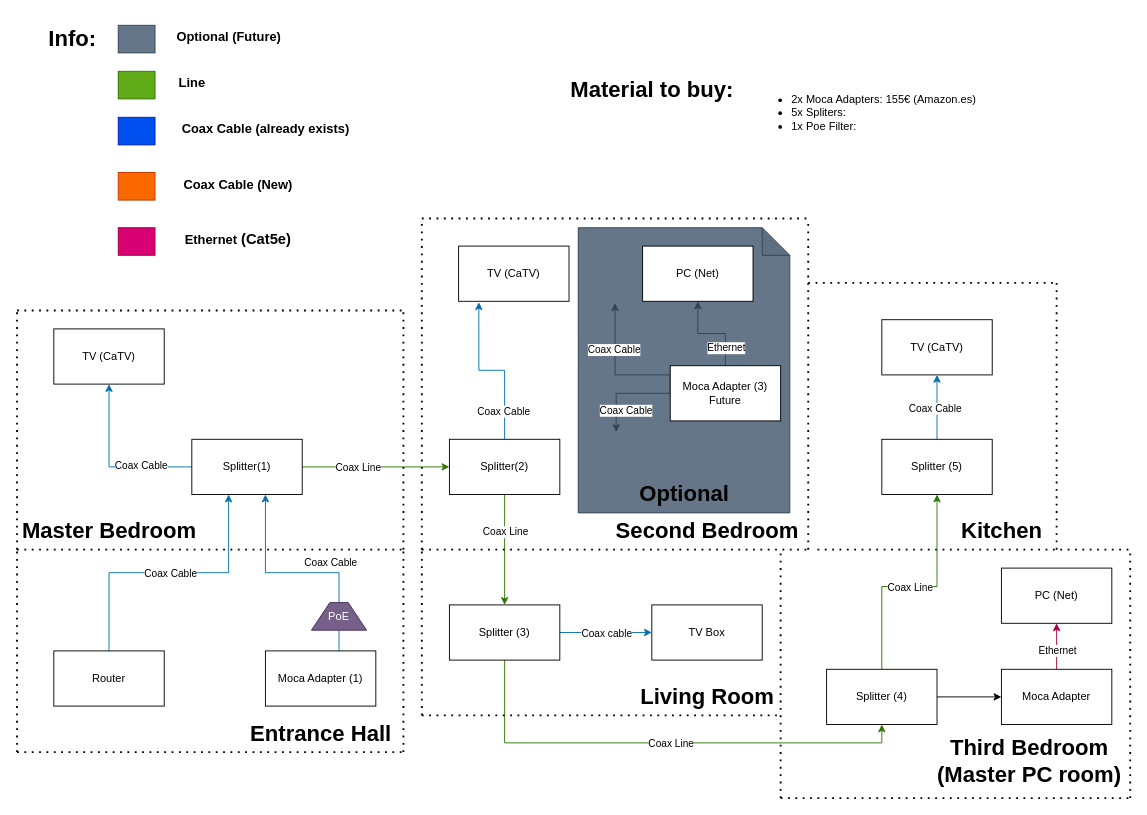
Above: Coax Ethernet Network.drawio in VoidTallica/HouseProjects (draw.io), before the change. Source tidied: cells renumbered, new cells numbered last; positions are measured from the earlier drawing's top-left corner, leaving out a move shared by most shapes. Both pictures are drawn from the tidied source at 92%, with x=0, y=0 at pixel (17, 16).
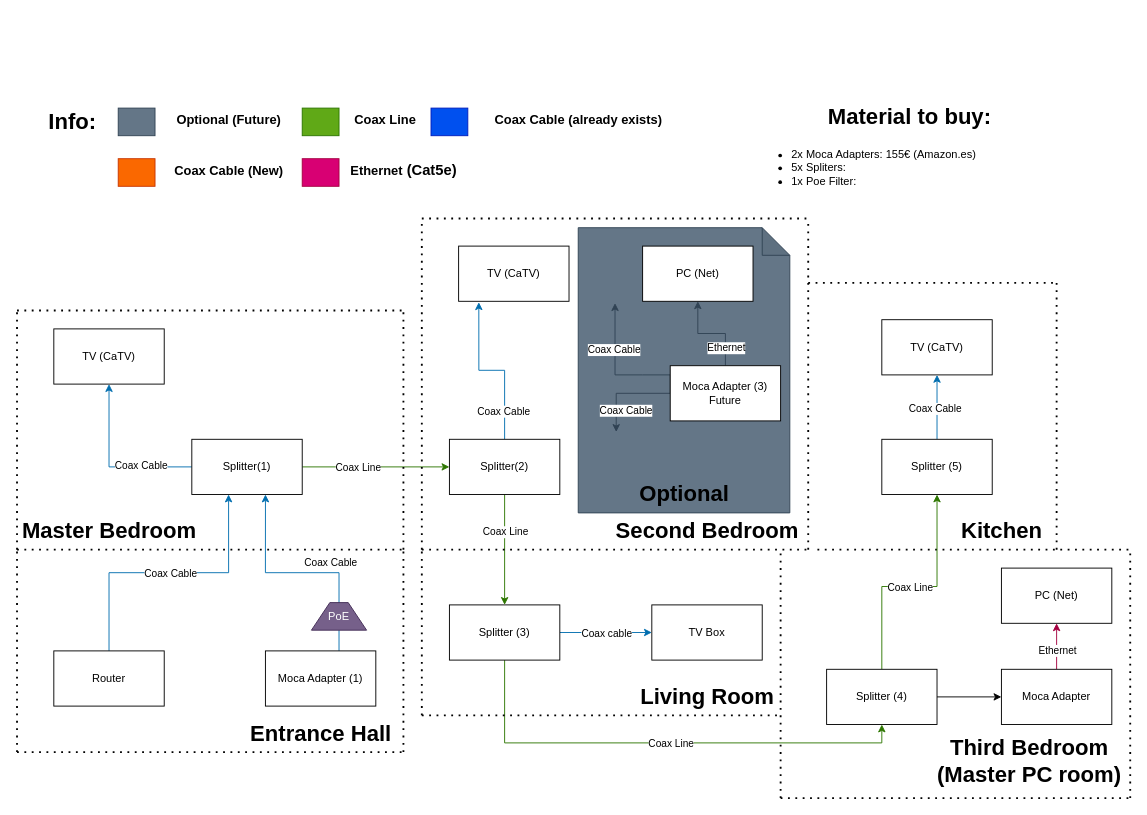
After the change.

Diff of the diagram source:
```diff
@@
     <mxCell id="69" style="rounded=0;whiteSpace=wrap;html=1;fillColor=#647687;fontColor=#ffffff;strokeColor=#314354;" parent="1" vertex="1">
-      <mxGeometry x="110" y="10" width="40" height="30" as="geometry" />
+      <mxGeometry x="110" y="100" width="40" height="30" as="geometry" />
     </mxCell>
     <mxCell id="70" value="Info:" style="text;strokeColor=none;fillColor=none;html=1;fontSize=24;fontStyle=1;verticalAlign=middle;align=center;" parent="1" vertex="1">
-      <mxGeometry x="10" y="5" width="100" height="40" as="geometry" />
+      <mxGeometry x="10" y="95" width="100" height="40" as="geometry" />
     </mxCell>
     <mxCell id="71" value="&lt;font style=&quot;font-size: 14px;&quot;&gt;Optional (Future)&lt;/font&gt;" style="text;strokeColor=none;fillColor=none;html=1;fontSize=24;fontStyle=1;verticalAlign=middle;align=center;" parent="1" vertex="1">
-      <mxGeometry x="180" width="100" height="40" as="geometry" />
+      <mxGeometry x="180" y="90" width="100" height="40" as="geometry" />
     </mxCell>
     <mxCell id="72" style="rounded=0;whiteSpace=wrap;html=1;fillColor=#60a917;fontColor=#ffffff;strokeColor=#2D7600;" parent="1" vertex="1">
-      <mxGeometry x="110" y="60" width="40" height="30" as="geometry" />
+      <mxGeometry x="310" y="100" width="40" height="30" as="geometry" />
     </mxCell>
     <mxCell id="73" style="rounded=0;whiteSpace=wrap;html=1;fillColor=#0050ef;fontColor=#ffffff;strokeColor=#001DBC;" parent="1" vertex="1">
-      <mxGeometry x="110" y="110" width="40" height="30" as="geometry" />
+      <mxGeometry x="450" y="100" width="40" height="30" as="geometry" />
     </mxCell>
-    <mxCell id="74" value="&lt;font style=&quot;font-size: 14px;&quot;&gt;Line&lt;/font&gt;" style="text;strokeColor=none;fillColor=none;html=1;fontSize=24;fontStyle=1;verticalAlign=middle;align=center;" parent="1" vertex="1">
-      <mxGeometry x="140" y="50" width="100" height="40" as="geometry" />
+    <mxCell id="74" value="&lt;font style=&quot;font-size: 14px;&quot;&gt;Coax &lt;font&gt;Line&lt;/font&gt;&lt;/font&gt;" style="text;strokeColor=none;fillColor=none;html=1;fontSize=24;fontStyle=1;verticalAlign=middle;align=center;" parent="1" vertex="1">
+      <mxGeometry x="350" y="90" width="100" height="40" as="geometry" />
     </mxCell>
     <mxCell id="75" value="&lt;font style=&quot;font-size: 14px;&quot;&gt;Coax Cable (already exists)&lt;br&gt;&lt;/font&gt;" style="text;strokeColor=none;fillColor=none;html=1;fontSize=24;fontStyle=1;verticalAlign=middle;align=center;" parent="1" vertex="1">
-      <mxGeometry x="220" y="100" width="100" height="40" as="geometry" />
+      <mxGeometry x="560" y="90" width="100" height="40" as="geometry" />
     </mxCell>
     <mxCell id="76" style="rounded=0;whiteSpace=wrap;html=1;fillColor=#d80073;fontColor=#ffffff;strokeColor=#A50040;" parent="1" vertex="1">
-      <mxGeometry x="110" y="230" width="40" height="30" as="geometry" />
+      <mxGeometry x="310" y="155" width="40" height="30" as="geometry" />
     </mxCell>
     <mxCell id="77" value="&lt;div&gt;&lt;font style=&quot;font-size: 14px;&quot;&gt;Ethernet&lt;font size=&quot;3&quot;&gt; (Cat5e)&lt;br&gt;&lt;/font&gt;&lt;/font&gt;&lt;/div&gt;" style="text;strokeColor=none;fillColor=none;html=1;fontSize=24;fontStyle=1;verticalAlign=middle;align=center;" parent="1" vertex="1">
-      <mxGeometry x="190" y="220" width="100" height="40" as="geometry" />
+      <mxGeometry x="370" y="145" width="100" height="40" as="geometry" />
     </mxCell>
@@
     <mxCell id="81" value="Material to buy:" style="text;strokeColor=none;fillColor=none;html=1;fontSize=24;fontStyle=1;verticalAlign=middle;align=center;" parent="1" vertex="1">
-      <mxGeometry x="640" y="60" width="100" height="40" as="geometry" />
+      <mxGeometry x="920" y="90" width="100" height="40" as="geometry" />
     </mxCell>
     <mxCell id="82" value="&lt;ul&gt;&lt;li&gt;2x Moca Adapters: 155€ (Amazon.es)&lt;br&gt;&lt;/li&gt;&lt;li&gt;5x Spliters: &lt;br&gt;&lt;/li&gt;&lt;li&gt;1x Poe Filter:&lt;br&gt;&lt;/li&gt;&lt;/ul&gt;" style="text;strokeColor=none;fillColor=none;html=1;whiteSpace=wrap;verticalAlign=middle;overflow=hidden;" parent="1" vertex="1">
-      <mxGeometry x="800" y="65" width="410" height="80" as="geometry" />
+      <mxGeometry x="800" y="125" width="410" height="80" as="geometry" />
     </mxCell>
     <mxCell id="83" style="rounded=0;whiteSpace=wrap;html=1;fillColor=#fa6800;fontColor=#000000;strokeColor=#C73500;" parent="1" vertex="1">
-      <mxGeometry x="110" y="170" width="40" height="30" as="geometry" />
+      <mxGeometry x="110" y="155" width="40" height="30" as="geometry" />
     </mxCell>
     <mxCell id="84" value="&lt;font style=&quot;font-size: 14px;&quot;&gt;Coax &lt;font&gt;Cable (New)&lt;br&gt;&lt;/font&gt;&lt;/font&gt;" style="text;strokeColor=none;fillColor=none;html=1;fontSize=24;fontStyle=1;verticalAlign=middle;align=center;" parent="1" vertex="1">
-      <mxGeometry x="190" y="160" width="100" height="40" as="geometry" />
+      <mxGeometry x="180" y="145" width="100" height="40" as="geometry" />
     </mxCell>
```
